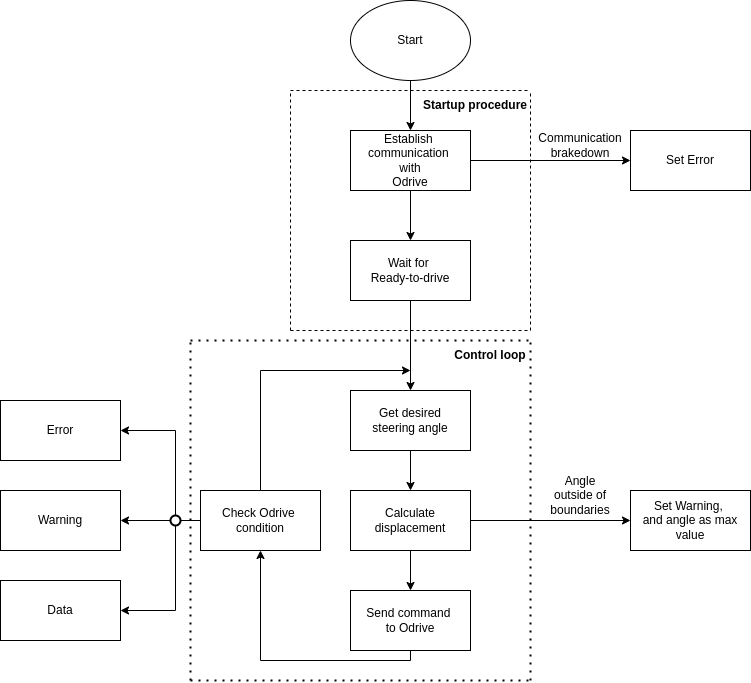
Before: docs/Program_Flow.drawio.png, a diagram exported from draw.io (PUT-Motorsport/PUTM_DV_STEERING_COLUMN_CONTROLLER). Source tidied: cells renumbered, new cells last; positions are measured from the earlier drawing's top-left corner, leaving out a move shared by most shapes.
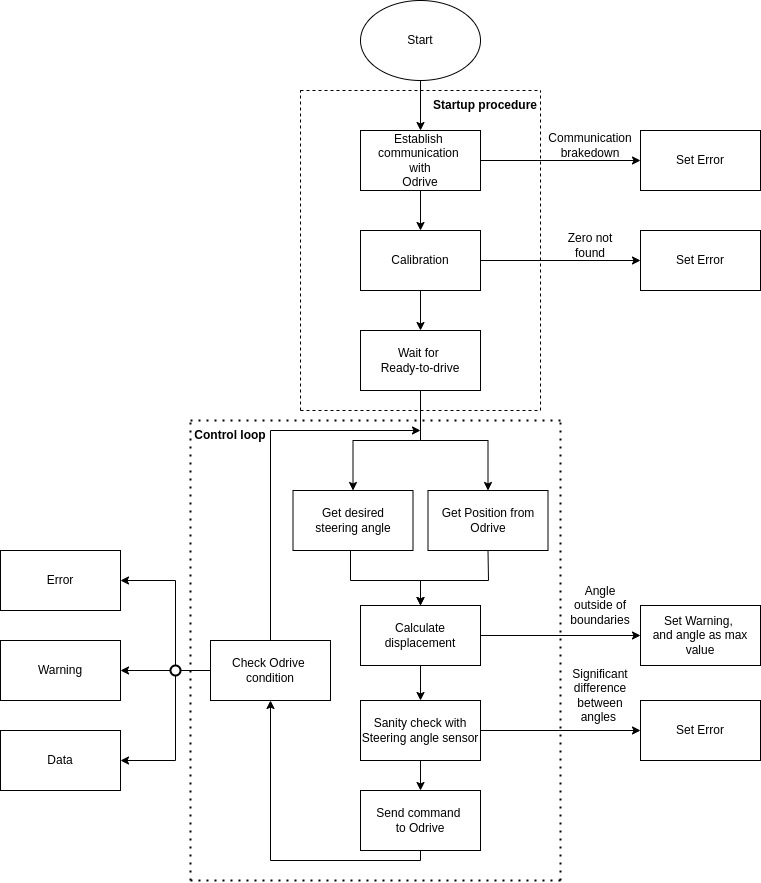
Later version of the same file.

What changed in the source:
```diff
@@ -3,33 +3,33 @@
     <mxCell id="0" />
     <mxCell id="1" parent="0" />
     <mxCell id="2" value="Start" style="ellipse;whiteSpace=wrap;html=1;" parent="1" vertex="1">
-      <mxGeometry x="350" width="120" height="80" as="geometry" />
+      <mxGeometry x="350" y="-80" width="120" height="80" as="geometry" />
     </mxCell>
     <mxCell id="3" style="endArrow=classic;html=1;rounded=0;" parent="1" edge="1">
       <mxGeometry relative="1" as="geometry">
-        <mxPoint x="410" y="80" as="sourcePoint" />
-        <mxPoint x="410" y="130" as="targetPoint" />
+        <mxPoint x="410" as="sourcePoint" />
+        <mxPoint x="410" y="50" as="targetPoint" />
       </mxGeometry>
     </mxCell>
     <mxCell id="4" style="edgeStyle=orthogonalEdgeStyle;rounded=0;jettySize=auto;html=1;" parent="1" edge="1" source="6" target="21">
       <mxGeometry relative="1" as="geometry" />
     </mxCell>
-    <mxCell id="5" style="edgeStyle=orthogonalEdgeStyle;rounded=0;jettySize=auto;html=1;entryX=0.5;entryY=0;entryDx=0;entryDy=0;" parent="1" edge="1" source="6" target="8">
-      <mxGeometry relative="1" as="geometry" />
-    </mxCell>
     <mxCell id="6" value="Establish&amp;nbsp;&lt;br&gt;communication&amp;nbsp;&lt;br&gt;with&lt;br&gt;Odrive" style="rounded=0;whiteSpace=wrap;html=1;" parent="1" vertex="1">
-      <mxGeometry x="350" y="130" width="120" height="60" as="geometry" />
+      <mxGeometry x="350" y="50" width="120" height="60" as="geometry" />
     </mxCell>
     <mxCell id="7" style="edgeStyle=orthogonalEdgeStyle;rounded=0;jettySize=auto;html=1;" parent="1" edge="1" source="8" target="14">
       <mxGeometry relative="1" as="geometry" />
     </mxCell>
+    <mxCell id="40" style="edgeStyle=orthogonalEdgeStyle;rounded=0;jettySize=auto;html=1;" parent="1" edge="1" source="8" target="46">
+      <mxGeometry relative="1" as="geometry" />
+    </mxCell>
     <mxCell id="8" value="Wait for &lt;br&gt;Ready-to-drive" style="rounded=0;whiteSpace=wrap;html=1;" parent="1" vertex="1">
-      <mxGeometry x="350" y="240" width="120" height="60" as="geometry" />
+      <mxGeometry x="350" y="250" width="120" height="60" as="geometry" />
     </mxCell>
     <mxCell id="9" style="endArrow=none;dashed=1;html=1;rounded=0;" parent="1" edge="1">
       <mxGeometry relative="1" as="geometry">
         <mxPoint x="290" y="330" as="sourcePoint" />
-        <mxPoint x="290" y="90" as="targetPoint" />
+        <mxPoint x="290" y="10" as="targetPoint" />
       </mxGeometry>
     </mxCell>
     <mxCell id="10" style="endArrow=none;dashed=1;html=1;rounded=0;entryX=1;entryY=0;entryDx=0;entryDy=0;" parent="1" edge="1" target="20">
@@ -45,121 +45,179 @@
     </mxCell>
     <mxCell id="12" style="endArrow=none;dashed=1;html=1;rounded=0;" parent="1" edge="1">
       <mxGeometry relative="1" as="geometry">
-        <mxPoint x="290" y="90" as="sourcePoint" />
-        <mxPoint x="530" y="90" as="targetPoint" />
+        <mxPoint x="290" y="10" as="sourcePoint" />
+        <mxPoint x="530" y="10" as="targetPoint" />
       </mxGeometry>
     </mxCell>
     <mxCell id="13" style="edgeStyle=orthogonalEdgeStyle;rounded=0;jettySize=auto;html=1;" parent="1" edge="1" target="23">
       <mxGeometry relative="1" as="geometry">
-        <mxPoint x="470" y="520" as="sourcePoint" />
+        <mxPoint x="470" y="555" as="sourcePoint" />
       </mxGeometry>
     </mxCell>
     <mxCell id="14" value="Get desired&lt;br&gt;steering&amp;nbsp;angle" style="whiteSpace=wrap;html=1;rounded=0;" parent="1" vertex="1">
-      <mxGeometry x="350" y="390" width="120" height="60" as="geometry" />
+      <mxGeometry x="282.5" y="410" width="120" height="60" as="geometry" />
     </mxCell>
-    <mxCell id="15" style="edgeStyle=orthogonalEdgeStyle;rounded=0;jettySize=auto;html=1;exitX=0.5;exitY=1;exitDx=0;exitDy=0;" parent="1" edge="1" source="14" target="17">
-      <mxGeometry relative="1" as="geometry" />
-    </mxCell>
-    <mxCell id="16" style="edgeStyle=orthogonalEdgeStyle;rounded=0;jettySize=auto;html=1;" parent="1" edge="1" source="17" target="19">
-      <mxGeometry relative="1" as="geometry" />
-    </mxCell>
+    <mxCell id="41" style="edgeStyle=orthogonalEdgeStyle;rounded=0;jettySize=auto;html=1;" parent="1" edge="1" source="17" target="50">
+      <mxGeometry relative="1" as="geometry" />
+    </mxCell>
     <mxCell id="17" value="Calculate displacement" style="whiteSpace=wrap;html=1;rounded=0;" parent="1" vertex="1">
-      <mxGeometry x="350" y="490" width="120" height="60" as="geometry" />
+      <mxGeometry x="350" y="525" width="120" height="60" as="geometry" />
     </mxCell>
     <mxCell id="18" style="edgeStyle=orthogonalEdgeStyle;rounded=0;jettySize=auto;html=1;entryX=0.5;entryY=1;entryDx=0;entryDy=0;" parent="1" edge="1" source="19" target="27">
       <mxGeometry relative="1" as="geometry">
         <Array as="points">
-          <mxPoint x="410" y="660" />
-          <mxPoint x="260" y="660" />
+          <mxPoint x="410" y="780" />
+          <mxPoint x="260" y="780" />
         </Array>
       </mxGeometry>
     </mxCell>
     <mxCell id="19" value="Send command&amp;nbsp;&lt;br&gt;to Odrive" style="rounded=0;whiteSpace=wrap;html=1;" parent="1" vertex="1">
-      <mxGeometry x="350" y="590" width="120" height="60" as="geometry" />
+      <mxGeometry x="350" y="710" width="120" height="60" as="geometry" />
     </mxCell>
     <mxCell id="20" value="&lt;b&gt;Startup procedure&lt;/b&gt;" style="text;html=1;strokeColor=none;fillColor=none;align=center;verticalAlign=middle;whiteSpace=wrap;rounded=0;" parent="1" vertex="1">
-      <mxGeometry x="420" y="90" width="110" height="30" as="geometry" />
+      <mxGeometry x="420" y="10" width="110" height="30" as="geometry" />
     </mxCell>
     <mxCell id="21" value="Set Error" style="whiteSpace=wrap;html=1;rounded=0;" parent="1" vertex="1">
-      <mxGeometry x="630" y="130" width="120" height="60" as="geometry" />
+      <mxGeometry x="630" y="50" width="120" height="60" as="geometry" />
     </mxCell>
     <mxCell id="22" value="Communication brakedown" style="text;html=1;strokeColor=none;fillColor=none;align=center;verticalAlign=middle;whiteSpace=wrap;rounded=0;" parent="1" vertex="1">
-      <mxGeometry x="550" y="130" width="60" height="30" as="geometry" />
+      <mxGeometry x="550" y="50" width="60" height="30" as="geometry" />
     </mxCell>
     <mxCell id="23" value="Set Warning,&amp;nbsp;&lt;br&gt;and angle as max value" style="whiteSpace=wrap;html=1;rounded=0;" parent="1" vertex="1">
-      <mxGeometry x="630" y="490" width="120" height="60" as="geometry" />
+      <mxGeometry x="630" y="525" width="120" height="60" as="geometry" />
     </mxCell>
     <mxCell id="24" value="Angle outside of boundaries" style="text;html=1;strokeColor=none;fillColor=none;align=center;verticalAlign=middle;whiteSpace=wrap;rounded=0;" parent="1" vertex="1">
-      <mxGeometry x="550" y="480" width="60" height="30" as="geometry" />
+      <mxGeometry x="560" y="510" width="60" height="30" as="geometry" />
     </mxCell>
-    <mxCell id="25" style="edgeStyle=orthogonalEdgeStyle;rounded=0;jettySize=auto;html=1;" parent="1" edge="1" source="27">
-      <mxGeometry relative="1" as="geometry">
-        <mxPoint x="410" y="370" as="targetPoint" />
-        <Array as="points">
-          <mxPoint x="260" y="370" />
-        </Array>
-      </mxGeometry>
-    </mxCell>
     <mxCell id="26" style="edgeStyle=orthogonalEdgeStyle;rounded=0;jettySize=auto;html=1;startArrow=none;" parent="1" edge="1" source="38" target="33">
       <mxGeometry relative="1" as="geometry" />
     </mxCell>
+    <mxCell id="42" style="edgeStyle=orthogonalEdgeStyle;rounded=0;jettySize=auto;html=1;" parent="1" edge="1" source="27">
+      <mxGeometry relative="1" as="geometry">
+        <mxPoint x="410" y="350" as="targetPoint" />
+        <Array as="points">
+          <mxPoint x="260" y="350" />
+        </Array>
+      </mxGeometry>
+    </mxCell>
     <mxCell id="27" value="Check Odrive&amp;nbsp;&lt;br&gt;condition" style="rounded=0;whiteSpace=wrap;html=1;" parent="1" vertex="1">
-      <mxGeometry x="200" y="490" width="120" height="60" as="geometry" />
+      <mxGeometry x="200" y="560" width="120" height="60" as="geometry" />
     </mxCell>
     <mxCell id="28" style="endArrow=none;dashed=1;html=1;dashPattern=1 3;strokeWidth=2;rounded=0;" parent="1" edge="1">
       <mxGeometry relative="1" as="geometry">
-        <mxPoint x="190" y="680" as="sourcePoint" />
-        <mxPoint x="190" y="340" as="targetPoint" />
+        <mxPoint x="180" y="800" as="sourcePoint" />
+        <mxPoint x="180" y="340" as="targetPoint" />
       </mxGeometry>
     </mxCell>
-    <mxCell id="29" style="endArrow=none;dashed=1;html=1;dashPattern=1 3;strokeWidth=2;rounded=0;entryX=1;entryY=0;entryDx=0;entryDy=0;" parent="1" edge="1" target="32">
+    <mxCell id="29" style="endArrow=none;dashed=1;html=1;dashPattern=1 3;strokeWidth=2;rounded=0;" parent="1" edge="1">
       <mxGeometry relative="1" as="geometry">
-        <mxPoint x="530" y="680" as="sourcePoint" />
+        <mxPoint x="550" y="800" as="sourcePoint" />
+        <mxPoint x="550" y="340" as="targetPoint" />
+        <Array as="points">
+          <mxPoint x="550" y="520" />
+        </Array>
       </mxGeometry>
     </mxCell>
     <mxCell id="30" style="endArrow=none;dashed=1;html=1;dashPattern=1 3;strokeWidth=2;rounded=0;" parent="1" edge="1">
       <mxGeometry relative="1" as="geometry">
-        <mxPoint x="190" y="340" as="sourcePoint" />
-        <mxPoint x="530" y="340" as="targetPoint" />
+        <mxPoint x="180" y="340" as="sourcePoint" />
+        <mxPoint x="550" y="340" as="targetPoint" />
       </mxGeometry>
     </mxCell>
     <mxCell id="31" style="endArrow=none;dashed=1;html=1;dashPattern=1 3;strokeWidth=2;rounded=0;" parent="1" edge="1">
       <mxGeometry relative="1" as="geometry">
-        <mxPoint x="190" y="680" as="sourcePoint" />
-        <mxPoint x="530" y="680" as="targetPoint" />
+        <mxPoint x="180" y="800" as="sourcePoint" />
+        <mxPoint x="550" y="800" as="targetPoint" />
       </mxGeometry>
     </mxCell>
     <mxCell id="32" value="&lt;b&gt;Control loop&lt;/b&gt;" style="text;html=1;strokeColor=none;fillColor=none;align=center;verticalAlign=middle;whiteSpace=wrap;rounded=0;" parent="1" vertex="1">
-      <mxGeometry x="450" y="340" width="80" height="30" as="geometry" />
+      <mxGeometry x="180" y="340" width="80" height="30" as="geometry" />
     </mxCell>
     <mxCell id="33" value="Warning" style="whiteSpace=wrap;html=1;rounded=0;" parent="1" vertex="1">
-      <mxGeometry y="490" width="120" height="60" as="geometry" />
+      <mxGeometry x="-10" y="560" width="120" height="60" as="geometry" />
     </mxCell>
     <mxCell id="34" value="Error" style="rounded=0;whiteSpace=wrap;html=1;" parent="1" vertex="1">
-      <mxGeometry y="400" width="120" height="60" as="geometry" />
+      <mxGeometry x="-10" y="470" width="120" height="60" as="geometry" />
     </mxCell>
     <mxCell id="35" style="endArrow=classic;html=1;rounded=0;entryX=1;entryY=0.5;entryDx=0;entryDy=0;exitX=0.5;exitY=0;exitDx=0;exitDy=0;exitPerimeter=0;" parent="1" edge="1" source="38" target="34">
       <mxGeometry relative="1" as="geometry">
         <Array as="points">
-          <mxPoint x="175" y="430" />
+          <mxPoint x="165" y="500" />
         </Array>
       </mxGeometry>
     </mxCell>
     <mxCell id="36" value="Data" style="rounded=0;whiteSpace=wrap;html=1;" parent="1" vertex="1">
-      <mxGeometry y="580" width="120" height="60" as="geometry" />
+      <mxGeometry x="-10" y="650" width="120" height="60" as="geometry" />
     </mxCell>
     <mxCell id="37" style="endArrow=classic;html=1;rounded=0;entryX=1;entryY=0.5;entryDx=0;entryDy=0;exitX=0.5;exitY=1;exitDx=0;exitDy=0;exitPerimeter=0;" parent="1" edge="1" source="38" target="36">
       <mxGeometry relative="1" as="geometry">
         <Array as="points">
-          <mxPoint x="175" y="610" />
+          <mxPoint x="165" y="680" />
         </Array>
       </mxGeometry>
     </mxCell>
     <mxCell id="38" style="strokeWidth=2;html=1;shape=mxgraph.flowchart.start_2;whiteSpace=wrap;" parent="1" vertex="1">
-      <mxGeometry x="170" y="515" width="10" height="10" as="geometry" />
+      <mxGeometry x="160" y="585" width="10" height="10" as="geometry" />
     </mxCell>
-    <mxCell id="39" style="edgeStyle=orthogonalEdgeStyle;rounded=0;jettySize=auto;html=1;endArrow=none;" parent="1" edge="1" source="27" target="38">
+    <mxCell id="39" style="edgeStyle=orthogonalEdgeStyle;rounded=0;jettySize=auto;html=1;endArrow=none;exitX=0;exitY=0.5;exitDx=0;exitDy=0;" parent="1" edge="1" source="27" target="38">
       <mxGeometry relative="1" as="geometry" />
     </mxCell>
+    <mxCell id="43" style="edgeStyle=orthogonalEdgeStyle;rounded=0;jettySize=auto;html=1;exitX=0.5;exitY=1;exitDx=0;exitDy=0;" parent="1" edge="1" target="45">
+      <mxGeometry relative="1" as="geometry">
+        <mxPoint x="410" y="110" as="sourcePoint" />
+      </mxGeometry>
+    </mxCell>
+    <mxCell id="44" style="edgeStyle=orthogonalEdgeStyle;rounded=0;jettySize=auto;html=1;" parent="1" edge="1" source="45" target="8">
+      <mxGeometry relative="1" as="geometry" />
+    </mxCell>
+    <mxCell id="45" value="Calibration" style="whiteSpace=wrap;html=1;rounded=0;" parent="1" vertex="1">
+      <mxGeometry x="350" y="150" width="120" height="60" as="geometry" />
+    </mxCell>
+    <mxCell id="46" value="Get Position from Odrive" style="whiteSpace=wrap;html=1;rounded=0;" parent="1" vertex="1">
+      <mxGeometry x="417.5" y="410" width="120" height="60" as="geometry" />
+    </mxCell>
+    <mxCell id="47" style="endArrow=classic;html=1;rounded=0;entryX=0.5;entryY=0;entryDx=0;entryDy=0;exitX=0.5;exitY=1;exitDx=0;exitDy=0;" parent="1" edge="1" source="46" target="17">
+      <mxGeometry relative="1" as="geometry">
+        <Array as="points">
+          <mxPoint x="478" y="500" />
+          <mxPoint x="410" y="500" />
+        </Array>
+      </mxGeometry>
+    </mxCell>
+    <mxCell id="48" style="endArrow=classic;html=1;rounded=0;entryX=0.5;entryY=0;entryDx=0;entryDy=0;" parent="1" edge="1" target="17">
+      <mxGeometry relative="1" as="geometry">
+        <mxPoint x="340" y="470" as="sourcePoint" />
+        <Array as="points">
+          <mxPoint x="340" y="500" />
+          <mxPoint x="410" y="500" />
+        </Array>
+      </mxGeometry>
+    </mxCell>
+    <mxCell id="49" style="edgeStyle=orthogonalEdgeStyle;rounded=0;jettySize=auto;html=1;" parent="1" edge="1" source="50" target="19">
+      <mxGeometry relative="1" as="geometry" />
+    </mxCell>
+    <mxCell id="50" value="Sanity check with Steering angle sensor" style="whiteSpace=wrap;html=1;rounded=0;" parent="1" vertex="1">
+      <mxGeometry x="350" y="620" width="120" height="60" as="geometry" />
+    </mxCell>
+    <mxCell id="51" style="edgeStyle=orthogonalEdgeStyle;rounded=0;jettySize=auto;html=1;" parent="1" edge="1" target="52">
+      <mxGeometry relative="1" as="geometry">
+        <mxPoint x="470" y="650" as="sourcePoint" />
+      </mxGeometry>
+    </mxCell>
+    <mxCell id="52" value="Set Error" style="whiteSpace=wrap;html=1;rounded=0;" parent="1" vertex="1">
+      <mxGeometry x="630" y="620" width="120" height="60" as="geometry" />
+    </mxCell>
+    <mxCell id="53" value="Significant difference between angles&amp;nbsp;" style="text;html=1;strokeColor=none;fillColor=none;align=center;verticalAlign=middle;whiteSpace=wrap;rounded=0;" parent="1" vertex="1">
+      <mxGeometry x="560" y="600" width="60" height="30" as="geometry" />
+    </mxCell>
+    <mxCell id="54" style="edgeStyle=orthogonalEdgeStyle;rounded=0;jettySize=auto;html=1;exitX=1;exitY=0.5;exitDx=0;exitDy=0;" parent="1" edge="1" source="45" target="55">
+      <mxGeometry relative="1" as="geometry" />
+    </mxCell>
+    <mxCell id="55" value="Set Error" style="whiteSpace=wrap;html=1;rounded=0;" parent="1" vertex="1">
+      <mxGeometry x="630" y="150" width="120" height="60" as="geometry" />
+    </mxCell>
+    <mxCell id="56" value="Zero not found" style="text;html=1;strokeColor=none;fillColor=none;align=center;verticalAlign=middle;whiteSpace=wrap;rounded=0;" parent="1" vertex="1">
+      <mxGeometry x="550" y="150" width="60" height="30" as="geometry" />
+    </mxCell>
   </root>
 </mxGraphModel>
```
